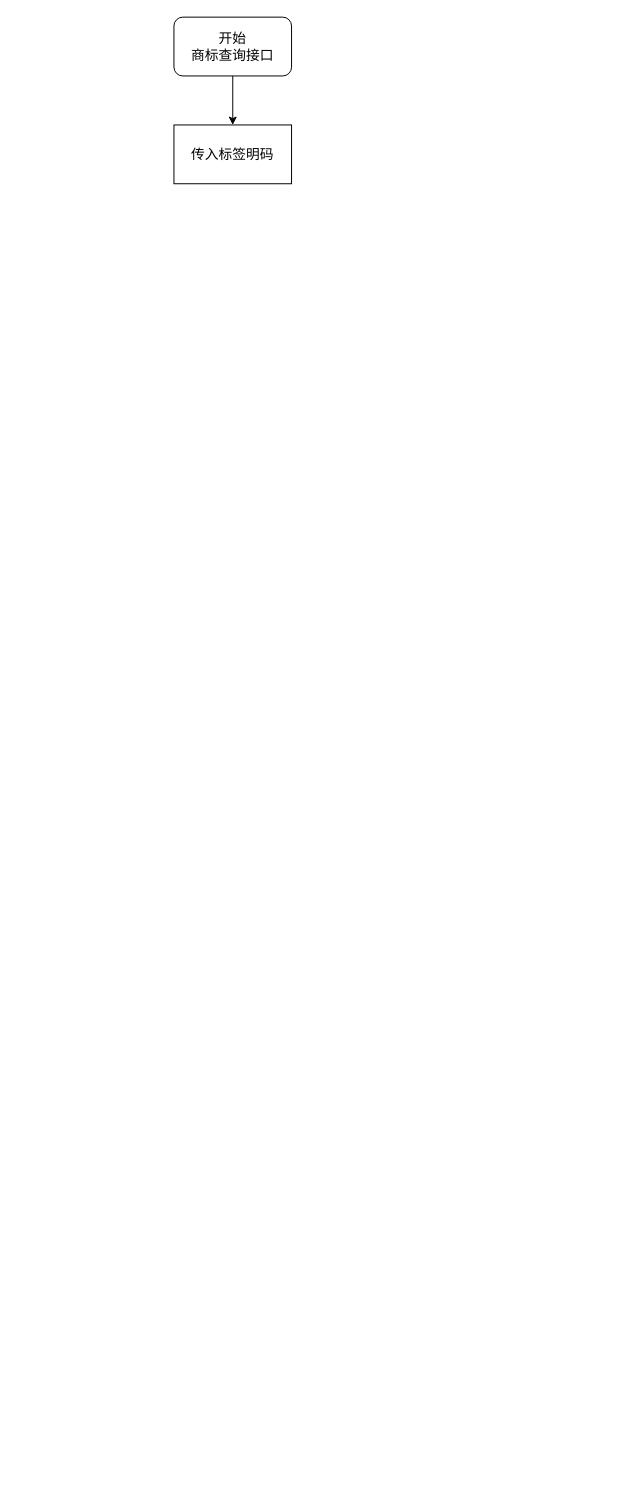
This is 通过标签明码商标流程图.drawio from jerry121381/drawio, a draw.io file, before an edit. Source tidied: cells renumbered, new cells numbered last; positions are measured from the earlier drawing's top-left corner, leaving out a move shared by most shapes. Both pictures are drawn from the tidied source at 98%, with x=0, y=0 at pixel (173, 17).
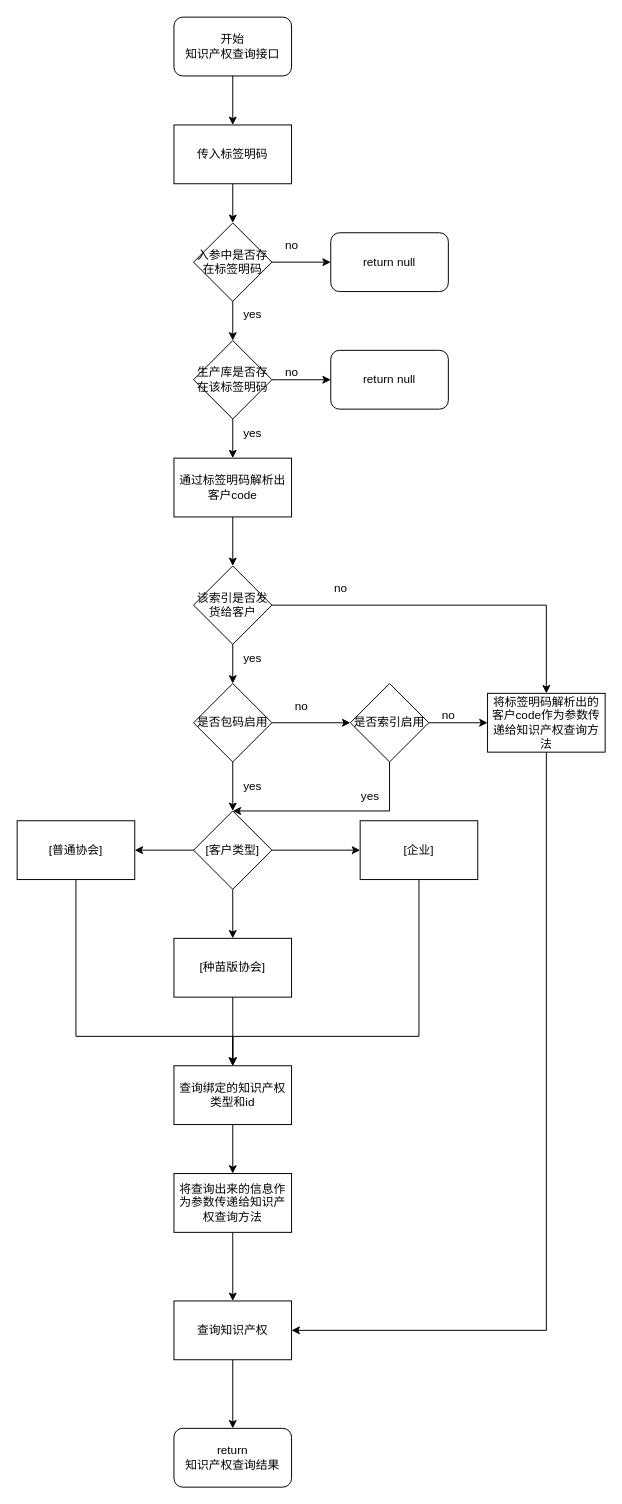
After the change.

Commit message:
更新通过标签明码商标流程图.drawio

Diff of the diagram source:
```diff
@@
-    <mxCell id="3" value="&lt;font style=&quot;font-size: 14px;&quot;&gt;开始&lt;/font&gt;&lt;div&gt;&lt;font style=&quot;font-size: 14px;&quot;&gt;商标查询接口&lt;/font&gt;&lt;/div&gt;" style="rounded=1;whiteSpace=wrap;html=1;" parent="1" vertex="1">
+    <mxCell id="3" value="&lt;font&gt;开始&lt;/font&gt;&lt;div&gt;&lt;font&gt;知识产权查询接口&lt;/font&gt;&lt;/div&gt;" style="rounded=1;whiteSpace=wrap;html=1;" parent="1" vertex="1">
       <mxGeometry width="120" height="60" as="geometry" />
     </mxCell>
+    <mxCell id="5" style="edgeStyle=orthogonalEdgeStyle;rounded=0;jettySize=auto;html=1;" parent="1" edge="1" source="4" target="8">
+      <mxGeometry relative="1" as="geometry" />
+    </mxCell>
-    <mxCell id="4" value="&lt;font style=&quot;font-size: 14px;&quot;&gt;传入标签明码&lt;/font&gt;" style="whiteSpace=wrap;html=1;rounded=0;" parent="1" vertex="1">
+    <mxCell id="4" value="&lt;font&gt;传入标签明码&lt;/font&gt;" style="whiteSpace=wrap;html=1;rounded=0;" parent="1" vertex="1">
       <mxGeometry y="110" width="120" height="60" as="geometry" />
     </mxCell>
+    <mxCell id="6" style="edgeStyle=orthogonalEdgeStyle;rounded=0;jettySize=auto;html=1;" parent="1" edge="1" source="8" target="12">
+      <mxGeometry relative="1" as="geometry" />
+    </mxCell>
+    <mxCell id="7" style="edgeStyle=orthogonalEdgeStyle;rounded=0;jettySize=auto;html=1;" parent="1" edge="1" source="8" target="52">
+      <mxGeometry relative="1" as="geometry" />
+    </mxCell>
+    <mxCell id="8" value="&lt;font&gt;入参中是否存在标签明码&lt;/font&gt;" style="rhombus;whiteSpace=wrap;html=1;rounded=0;" parent="1" vertex="1">
+      <mxGeometry x="20" y="210" width="80" height="80" as="geometry" />
+    </mxCell>
+    <mxCell id="9" style="edgeStyle=orthogonalEdgeStyle;rounded=0;jettySize=auto;html=1;exitX=0.5;exitY=1;exitDx=0;exitDy=0;" parent="1" edge="1" source="20" target="17">
+      <mxGeometry relative="1" as="geometry" />
+    </mxCell>
+    <mxCell id="10" style="edgeStyle=orthogonalEdgeStyle;rounded=0;jettySize=auto;html=1;" parent="1" edge="1" source="12" target="20">
+      <mxGeometry relative="1" as="geometry" />
+    </mxCell>
+    <mxCell id="11" style="edgeStyle=orthogonalEdgeStyle;rounded=0;jettySize=auto;html=1;" parent="1" edge="1" source="12" target="53">
+      <mxGeometry relative="1" as="geometry" />
+    </mxCell>
+    <mxCell id="12" value="&lt;font&gt;生产库是否存在该标签明码&lt;/font&gt;" style="rhombus;whiteSpace=wrap;html=1;rounded=0;" parent="1" vertex="1">
+      <mxGeometry x="20" y="330" width="80" height="80" as="geometry" />
+    </mxCell>
+    <mxCell id="13" value="no" style="text;html=1;align=center;verticalAlign=middle;strokeColor=none;fillColor=none;" parent="1" vertex="1">
+      <mxGeometry x="100" y="218" width="40" height="30" as="geometry" />
+    </mxCell>
+    <mxCell id="14" value="yes" style="text;html=1;align=center;verticalAlign=middle;strokeColor=none;fillColor=none;" parent="1" vertex="1">
+      <mxGeometry x="60" y="288" width="40" height="30" as="geometry" />
+    </mxCell>
+    <mxCell id="15" style="edgeStyle=orthogonalEdgeStyle;rounded=0;jettySize=auto;html=1;" parent="1" edge="1" source="17" target="23">
+      <mxGeometry relative="1" as="geometry" />
+    </mxCell>
+    <mxCell id="16" style="edgeStyle=orthogonalEdgeStyle;rounded=0;jettySize=auto;html=1;entryX=0.5;entryY=0;entryDx=0;entryDy=0;" parent="1" edge="1" source="17" target="36">
+      <mxGeometry relative="1" as="geometry" />
+    </mxCell>
+    <mxCell id="17" value="该索引是否发货给客户" style="rhombus;whiteSpace=wrap;html=1;rounded=0;" parent="1" vertex="1">
+      <mxGeometry x="20" y="560" width="80" height="80" as="geometry" />
+    </mxCell>
+    <mxCell id="18" value="no" style="text;html=1;align=center;verticalAlign=middle;strokeColor=none;fillColor=none;" parent="1" vertex="1">
+      <mxGeometry x="100" y="348" width="40" height="30" as="geometry" />
+    </mxCell>
+    <mxCell id="19" value="yes" style="text;html=1;align=center;verticalAlign=middle;strokeColor=none;fillColor=none;" parent="1" vertex="1">
+      <mxGeometry x="60" y="410" width="40" height="30" as="geometry" />
+    </mxCell>
+    <mxCell id="20" value="通过标签明码解析出客户code" style="whiteSpace=wrap;html=1;rounded=0;" parent="1" vertex="1">
+      <mxGeometry y="450" width="120" height="60" as="geometry" />
+    </mxCell>
+    <mxCell id="21" style="edgeStyle=orthogonalEdgeStyle;rounded=0;jettySize=auto;html=1;" parent="1" edge="1" source="23" target="27">
+      <mxGeometry relative="1" as="geometry" />
+    </mxCell>
+    <mxCell id="22" style="edgeStyle=orthogonalEdgeStyle;rounded=0;jettySize=auto;html=1;" parent="1" edge="1" source="23" target="32">
+      <mxGeometry relative="1" as="geometry" />
+    </mxCell>
+    <mxCell id="23" value="&lt;span style=&quot;text-wrap-mode: nowrap;&quot;&gt;是否包码启用&lt;/span&gt;" style="rhombus;whiteSpace=wrap;html=1;rounded=0;" parent="1" vertex="1">
+      <mxGeometry x="20" y="680" width="80" height="80" as="geometry" />
+    </mxCell>
+    <mxCell id="24" value="yes" style="text;html=1;align=center;verticalAlign=middle;strokeColor=none;fillColor=none;" parent="1" vertex="1">
+      <mxGeometry x="60" y="640" width="40" height="30" as="geometry" />
+    </mxCell>
+    <mxCell id="25" style="edgeStyle=orthogonalEdgeStyle;rounded=0;jettySize=auto;html=1;entryX=0.5;entryY=0;entryDx=0;entryDy=0;exitX=0.5;exitY=1;exitDx=0;exitDy=0;" parent="1" edge="1" source="27" target="32">
+      <mxGeometry relative="1" as="geometry">
+        <Array as="points">
+          <mxPoint x="220" y="810" />
+        </Array>
+      </mxGeometry>
+    </mxCell>
+    <mxCell id="26" style="edgeStyle=orthogonalEdgeStyle;rounded=0;jettySize=auto;html=1;" parent="1" edge="1" source="27" target="36">
+      <mxGeometry relative="1" as="geometry" />
+    </mxCell>
+    <mxCell id="27" value="&lt;span style=&quot;text-wrap-mode: nowrap;&quot;&gt;是否索引启用&lt;/span&gt;" style="rhombus;whiteSpace=wrap;html=1;rounded=0;" parent="1" vertex="1">
+      <mxGeometry x="180" y="680" width="80" height="80" as="geometry" />
+    </mxCell>
+    <mxCell id="28" value="no" style="text;html=1;align=center;verticalAlign=middle;strokeColor=none;fillColor=none;" parent="1" vertex="1">
+      <mxGeometry x="110" y="688" width="40" height="30" as="geometry" />
+    </mxCell>
+    <mxCell id="29" style="edgeStyle=orthogonalEdgeStyle;rounded=0;jettySize=auto;html=1;" parent="1" edge="1" source="32" target="39">
+      <mxGeometry relative="1" as="geometry" />
+    </mxCell>
+    <mxCell id="30" style="edgeStyle=orthogonalEdgeStyle;rounded=0;jettySize=auto;html=1;" parent="1" edge="1" source="32" target="41">
+      <mxGeometry relative="1" as="geometry" />
+    </mxCell>
+    <mxCell id="31" style="edgeStyle=orthogonalEdgeStyle;rounded=0;jettySize=auto;html=1;" parent="1" edge="1" source="32" target="43">
+      <mxGeometry relative="1" as="geometry" />
+    </mxCell>
+    <mxCell id="32" value="&lt;span style=&quot;text-wrap-mode: nowrap;&quot;&gt;[客户类型]&lt;/span&gt;" style="rhombus;whiteSpace=wrap;html=1;rounded=0;" parent="1" vertex="1">
+      <mxGeometry x="20" y="810" width="80" height="80" as="geometry" />
+    </mxCell>
+    <mxCell id="33" value="yes" style="text;html=1;align=center;verticalAlign=middle;strokeColor=none;fillColor=none;" parent="1" vertex="1">
+      <mxGeometry x="60" y="770" width="40" height="30" as="geometry" />
+    </mxCell>
+    <mxCell id="34" value="yes" style="text;html=1;align=center;verticalAlign=middle;strokeColor=none;fillColor=none;" parent="1" vertex="1">
+      <mxGeometry x="180" y="780" width="40" height="30" as="geometry" />
+    </mxCell>
+    <mxCell id="35" style="edgeStyle=orthogonalEdgeStyle;rounded=0;jettySize=auto;html=1;entryX=1;entryY=0.5;entryDx=0;entryDy=0;exitX=0.5;exitY=1;exitDx=0;exitDy=0;" parent="1" edge="1" source="36" target="50">
+      <mxGeometry relative="1" as="geometry" />
+    </mxCell>
+    <mxCell id="36" value="将标签明码解析出的客户code作为参数传递给知识产权查询方法" style="whiteSpace=wrap;html=1;rounded=0;" parent="1" vertex="1">
+      <mxGeometry x="320" y="690" width="120" height="60" as="geometry" />
+    </mxCell>
+    <mxCell id="37" value="no" style="text;html=1;align=center;verticalAlign=middle;strokeColor=none;fillColor=none;" parent="1" vertex="1">
+      <mxGeometry x="260" y="698" width="40" height="30" as="geometry" />
+    </mxCell>
+    <mxCell id="38" style="edgeStyle=orthogonalEdgeStyle;rounded=0;jettySize=auto;html=1;entryX=0.5;entryY=0;entryDx=0;entryDy=0;exitX=0.5;exitY=1;exitDx=0;exitDy=0;" parent="1" edge="1" source="39" target="45">
+      <mxGeometry relative="1" as="geometry">
+        <Array as="points">
+          <mxPoint x="250" y="1040" />
+          <mxPoint x="60" y="1040" />
+        </Array>
+      </mxGeometry>
+    </mxCell>
+    <mxCell id="39" value="[企业]" style="whiteSpace=wrap;html=1;rounded=0;" parent="1" vertex="1">
+      <mxGeometry x="190" y="820" width="120" height="60" as="geometry" />
+    </mxCell>
+    <mxCell id="40" style="edgeStyle=orthogonalEdgeStyle;rounded=0;jettySize=auto;html=1;exitX=0.5;exitY=1;exitDx=0;exitDy=0;" parent="1" edge="1" source="41" target="45">
+      <mxGeometry relative="1" as="geometry">
+        <Array as="points">
+          <mxPoint x="-100" y="1040" />
+          <mxPoint x="60" y="1040" />
+        </Array>
+      </mxGeometry>
+    </mxCell>
+    <mxCell id="41" value="[普通协会]" style="whiteSpace=wrap;html=1;rounded=0;" parent="1" vertex="1">
+      <mxGeometry x="-160" y="820" width="120" height="60" as="geometry" />
+    </mxCell>
+    <mxCell id="42" style="edgeStyle=orthogonalEdgeStyle;rounded=0;jettySize=auto;html=1;entryX=0.5;entryY=0;entryDx=0;entryDy=0;" parent="1" edge="1" source="43" target="45">
+      <mxGeometry relative="1" as="geometry" />
+    </mxCell>
+    <mxCell id="43" value="[种苗版协会]" style="whiteSpace=wrap;html=1;rounded=0;" parent="1" vertex="1">
+      <mxGeometry y="940" width="120" height="60" as="geometry" />
+    </mxCell>
+    <mxCell id="44" style="edgeStyle=orthogonalEdgeStyle;rounded=0;jettySize=auto;html=1;" parent="1" edge="1" source="45" target="47">
+      <mxGeometry relative="1" as="geometry" />
+    </mxCell>
+    <mxCell id="45" value="查询绑定的知识产权类型和id" style="whiteSpace=wrap;html=1;rounded=0;" parent="1" vertex="1">
+      <mxGeometry y="1070" width="120" height="60" as="geometry" />
+    </mxCell>
+    <mxCell id="46" style="edgeStyle=orthogonalEdgeStyle;rounded=0;jettySize=auto;html=1;entryX=0.5;entryY=0;entryDx=0;entryDy=0;" parent="1" edge="1" source="47" target="50">
+      <mxGeometry relative="1" as="geometry" />
+    </mxCell>
+    <mxCell id="47" value="将查询出来的信息作为参数传递给知识产权查询方法" style="whiteSpace=wrap;html=1;rounded=0;" parent="1" vertex="1">
+      <mxGeometry y="1180" width="120" height="60" as="geometry" />
+    </mxCell>
+    <mxCell id="48" value="return&lt;div&gt;知识产权查询结果&lt;/div&gt;" style="whiteSpace=wrap;html=1;rounded=1;" parent="1" vertex="1">
+      <mxGeometry y="1440" width="120" height="60" as="geometry" />
+    </mxCell>
+    <mxCell id="49" style="edgeStyle=orthogonalEdgeStyle;rounded=0;jettySize=auto;html=1;" parent="1" edge="1" source="50" target="48">
+      <mxGeometry relative="1" as="geometry" />
+    </mxCell>
+    <mxCell id="50" value="查询知识产权" style="rounded=0;whiteSpace=wrap;html=1;" parent="1" vertex="1">
+      <mxGeometry y="1310" width="120" height="60" as="geometry" />
+    </mxCell>
+    <mxCell id="51" value="no" style="text;html=1;align=center;verticalAlign=middle;strokeColor=none;fillColor=none;" parent="1" vertex="1">
+      <mxGeometry x="150" y="568" width="40" height="30" as="geometry" />
+    </mxCell>
+    <mxCell id="52" value="return null" style="whiteSpace=wrap;html=1;rounded=1;" parent="1" vertex="1">
+      <mxGeometry x="160" y="220" width="120" height="60" as="geometry" />
+    </mxCell>
+    <mxCell id="53" value="return null" style="whiteSpace=wrap;html=1;rounded=1;" parent="1" vertex="1">
+      <mxGeometry x="160" y="340" width="120" height="60" as="geometry" />
+    </mxCell>
```
